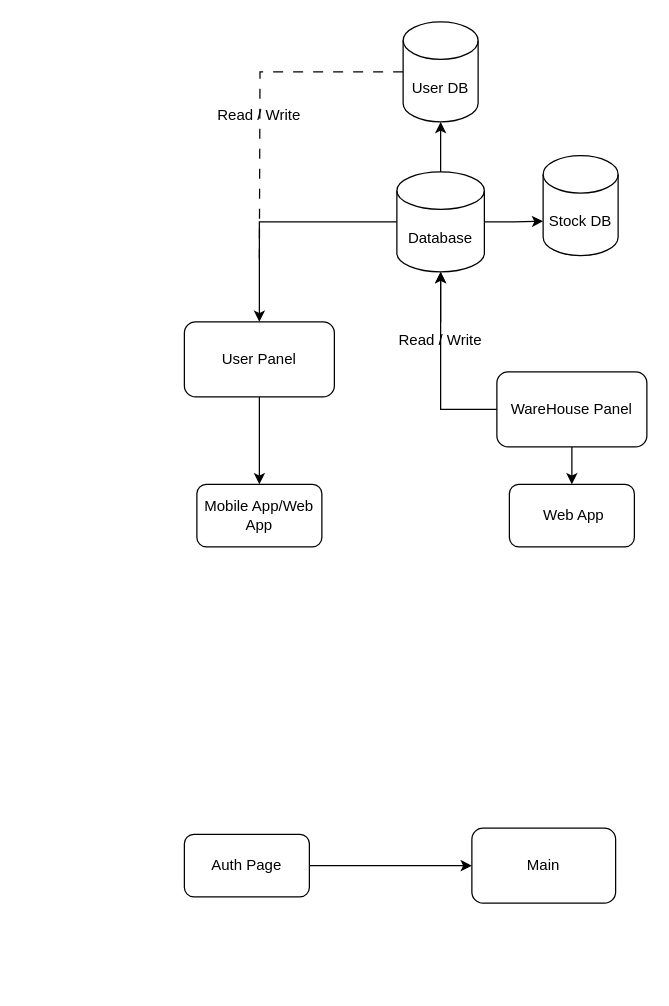
kotoeymb/SlideMenuSwift keeps this draw.io diagram as Untitled Diagram.drawio. Above is the earlier version. Source tidied: cells renumbered, new cells numbered last; positions are measured from the earlier drawing's top-left corner, leaving out a move shared by most shapes. Both pictures are drawn from the tidied source at 125%, with x=0, y=0 at pixel (184, 21).
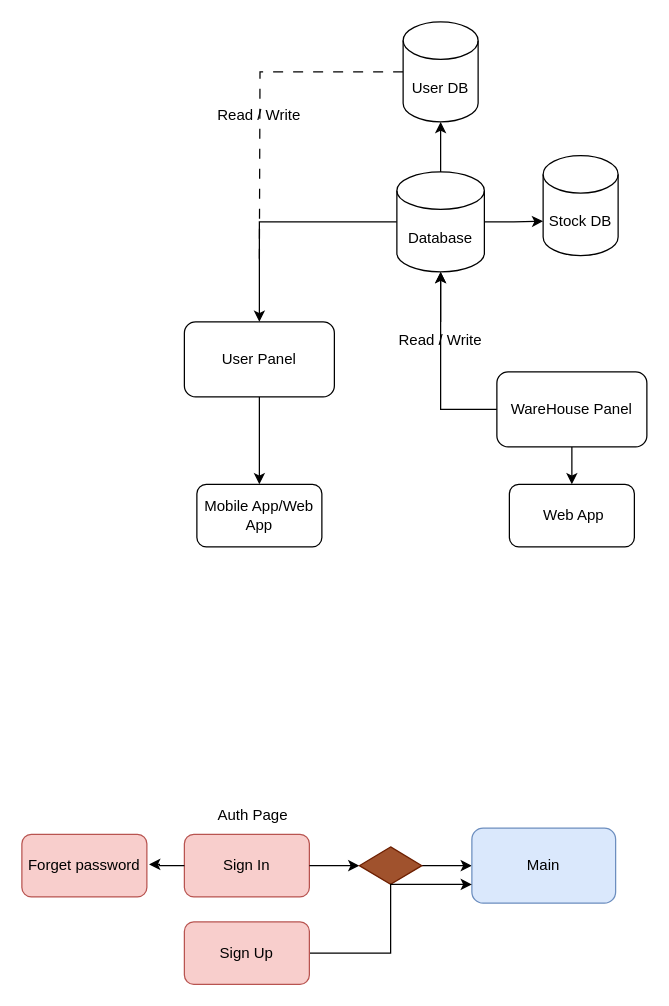
Above is the later version.

Diff of the diagram source:
```diff
@@
-    <mxCell id="19" style="edgeStyle=orthogonalEdgeStyle;rounded=0;jettySize=auto;html=1;" parent="1" edge="1" source="20" target="21">
+    <mxCell id="19" style="edgeStyle=orthogonalEdgeStyle;rounded=0;jettySize=auto;html=1;" parent="1" edge="1" source="23" target="21">
       <mxGeometry relative="1" as="geometry" />
     </mxCell>
-    <mxCell id="20" value="Auth Page" style="rounded=1;whiteSpace=wrap;html=1;" parent="1" vertex="1">
+    <mxCell id="20" value="Sign In" style="rounded=1;whiteSpace=wrap;html=1;fillColor=#f8cecc;strokeColor=#b85450;" parent="1" vertex="1">
       <mxGeometry y="650" width="100" height="50" as="geometry" />
     </mxCell>
-    <mxCell id="21" value="Main" style="rounded=1;whiteSpace=wrap;html=1;" parent="1" vertex="1">
+    <mxCell id="21" value="Main" style="rounded=1;whiteSpace=wrap;html=1;fillColor=#dae8fc;strokeColor=#6c8ebf;" parent="1" vertex="1">
       <mxGeometry x="230" y="645" width="115" height="60" as="geometry" />
     </mxCell>
+    <mxCell id="22" style="edgeStyle=orthogonalEdgeStyle;rounded=0;jettySize=auto;html=1;" parent="1" edge="1" source="20" target="23">
+      <mxGeometry relative="1" as="geometry" />
+    </mxCell>
+    <mxCell id="23" style="rhombus;whiteSpace=wrap;html=1;fillColor=#a0522d;fontColor=#ffffff;strokeColor=#6D1F00;" parent="1" vertex="1">
+      <mxGeometry x="140" y="660" width="50" height="30" as="geometry" />
+    </mxCell>
+    <mxCell id="24" style="edgeStyle=orthogonalEdgeStyle;rounded=0;jettySize=auto;html=1;entryX=0;entryY=0.75;entryDx=0;entryDy=0;" parent="1" edge="1" source="25" target="21">
+      <mxGeometry relative="1" as="geometry" />
+    </mxCell>
+    <mxCell id="25" value="Sign Up" style="rounded=1;whiteSpace=wrap;html=1;fillColor=#f8cecc;strokeColor=#b85450;" parent="1" vertex="1">
+      <mxGeometry y="720" width="100" height="50" as="geometry" />
+    </mxCell>
+    <mxCell id="26" value="Forget password" style="rounded=1;whiteSpace=wrap;html=1;fillColor=#f8cecc;strokeColor=#b85450;" parent="1" vertex="1">
+      <mxGeometry x="-130" y="650" width="100" height="50" as="geometry" />
+    </mxCell>
+    <mxCell id="27" value="Auth Page" style="text;html=1;strokeColor=none;fillColor=none;align=center;verticalAlign=middle;whiteSpace=wrap;rounded=0;" parent="1" vertex="1">
+      <mxGeometry x="25" y="620" width="60" height="30" as="geometry" />
+    </mxCell>
+    <mxCell id="28" style="edgeStyle=orthogonalEdgeStyle;rounded=0;jettySize=auto;html=1;entryX=1.018;entryY=0.48;entryDx=0;entryDy=0;entryPerimeter=0;" parent="1" edge="1" source="20" target="26">
+      <mxGeometry relative="1" as="geometry" />
+    </mxCell>
```
